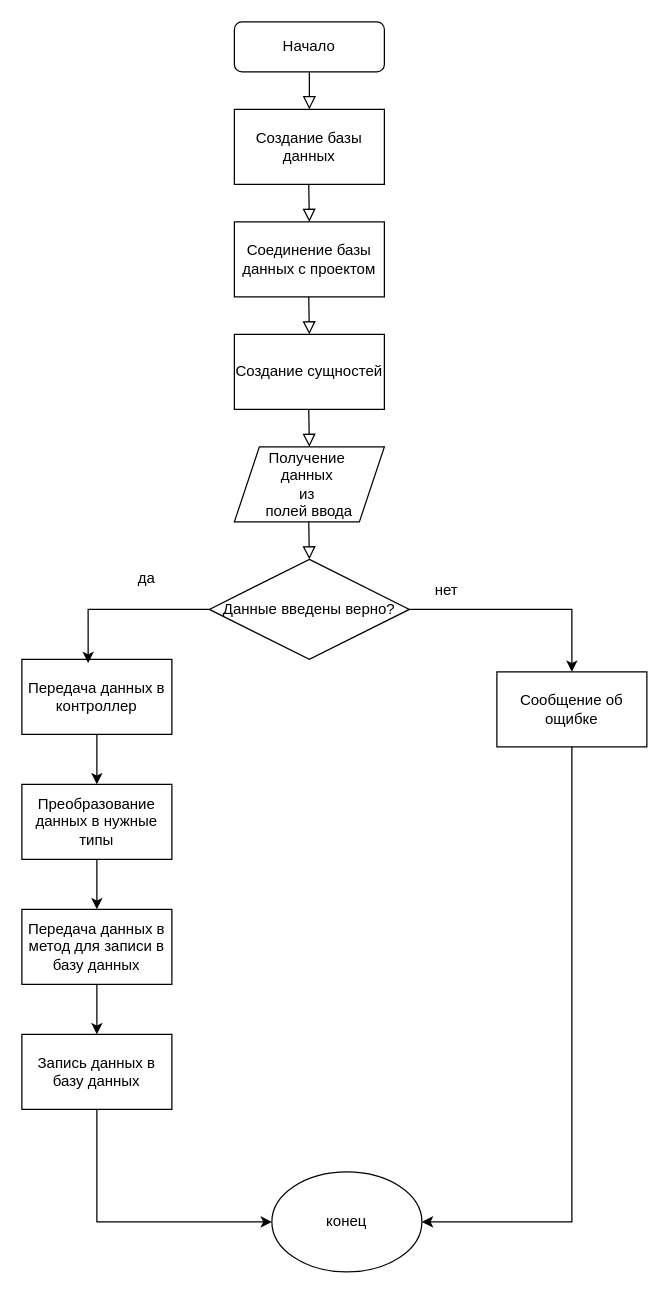
Before: Диаграмма без названия.drawio in Alexander-Bankov/draw, a draw.io diagram. Source tidied: cells renumbered, new cells numbered last; positions are measured from the earlier drawing's top-left corner, leaving out a move shared by most shapes. Both pictures are drawn from the tidied source at 125%, with x=0, y=0 at pixel (21, 21).
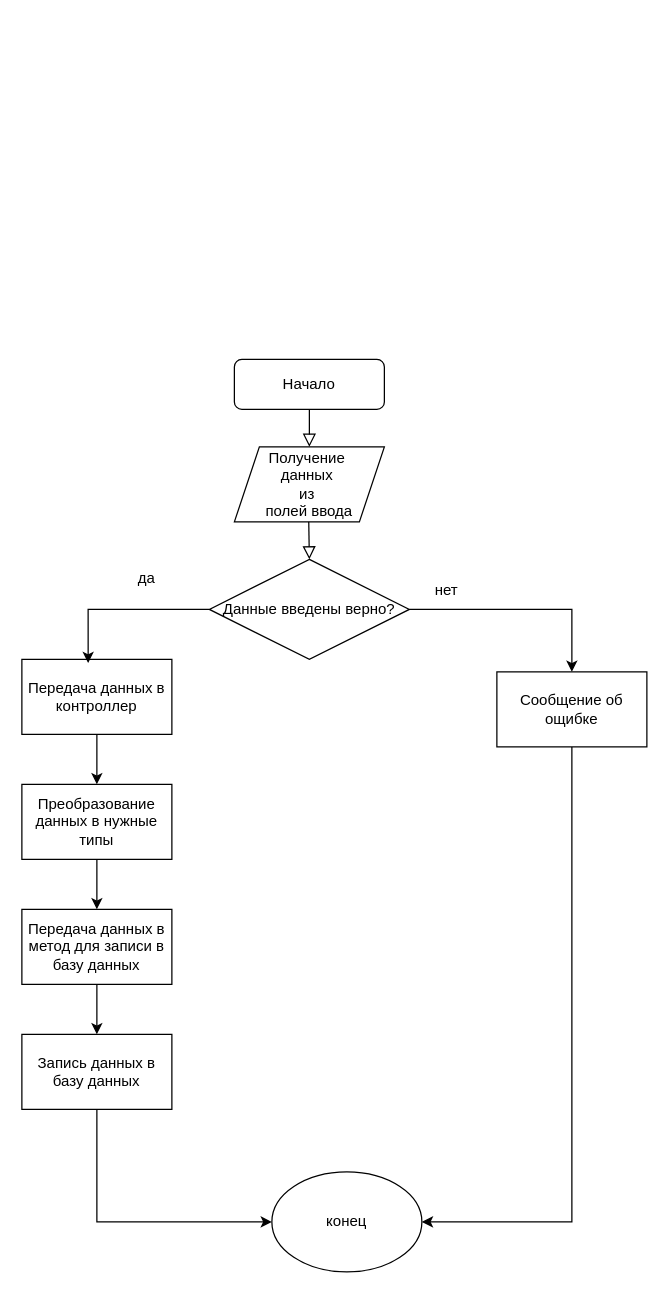
After the change.

Change to the diagram source:
```diff
@@
     <mxCell id="2" style="rounded=0;html=1;jettySize=auto;fontSize=11;endArrow=block;endFill=0;endSize=8;strokeWidth=1;shadow=0;labelBackgroundColor=none;edgeStyle=orthogonalEdgeStyle;" parent="1" edge="1" source="3">
       <mxGeometry relative="1" as="geometry">
-        <mxPoint x="230" y="70" as="targetPoint" />
+        <mxPoint x="230" y="340" as="targetPoint" />
       </mxGeometry>
     </mxCell>
     <mxCell id="3" value="Начало" style="rounded=1;whiteSpace=wrap;html=1;fontSize=12;glass=0;strokeWidth=1;shadow=0;" parent="1" vertex="1">
-      <mxGeometry x="170" width="120" height="40" as="geometry" />
+      <mxGeometry x="170" y="270" width="120" height="40" as="geometry" />
     </mxCell>
-    <mxCell id="4" value="Создание базы данных" style="rounded=0;whiteSpace=wrap;html=1;" parent="1" vertex="1">
-      <mxGeometry x="170" y="70" width="120" height="60" as="geometry" />
-    </mxCell>
-    <mxCell id="5" style="rounded=0;html=1;jettySize=auto;orthogonalLoop=1;fontSize=11;endArrow=block;endFill=0;endSize=8;strokeWidth=1;shadow=0;labelBackgroundColor=none;edgeStyle=orthogonalEdgeStyle;" parent="1" edge="1">
-      <mxGeometry relative="1" as="geometry">
-        <mxPoint x="229.5" y="130" as="sourcePoint" />
-        <mxPoint x="230" y="160" as="targetPoint" />
-      </mxGeometry>
-    </mxCell>
-    <mxCell id="6" value="Соединение базы данных с проектом" style="rounded=0;whiteSpace=wrap;html=1;" parent="1" vertex="1">
-      <mxGeometry x="170" y="160" width="120" height="60" as="geometry" />
-    </mxCell>
-    <mxCell id="7" style="rounded=0;html=1;jettySize=auto;orthogonalLoop=1;fontSize=11;endArrow=block;endFill=0;endSize=8;strokeWidth=1;shadow=0;labelBackgroundColor=none;edgeStyle=orthogonalEdgeStyle;" parent="1" edge="1">
-      <mxGeometry relative="1" as="geometry">
-        <mxPoint x="229.5" y="220" as="sourcePoint" />
-        <mxPoint x="230" y="250" as="targetPoint" />
-      </mxGeometry>
-    </mxCell>
-    <mxCell id="8" value="Создание сущностей" style="rounded=0;whiteSpace=wrap;html=1;" parent="1" vertex="1">
-      <mxGeometry x="170" y="250" width="120" height="60" as="geometry" />
-    </mxCell>
-    <mxCell id="9" style="rounded=0;html=1;jettySize=auto;orthogonalLoop=1;fontSize=11;endArrow=block;endFill=0;endSize=8;strokeWidth=1;shadow=0;labelBackgroundColor=none;edgeStyle=orthogonalEdgeStyle;" parent="1" edge="1">
-      <mxGeometry relative="1" as="geometry">
-        <mxPoint x="229.5" y="310" as="sourcePoint" />
-        <mxPoint x="230" y="340" as="targetPoint" />
-      </mxGeometry>
-    </mxCell>
```
